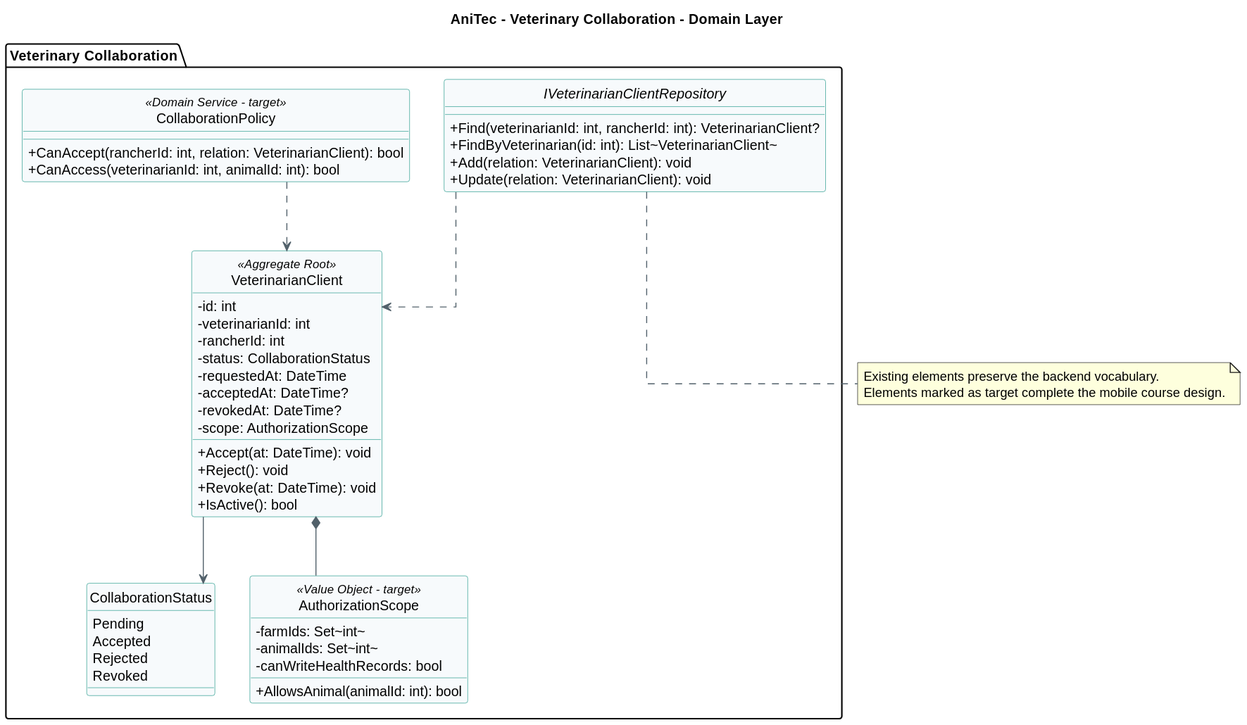
Before: markdown/assets/codefordiagrams/2-6-5-Bounded-Context-Veterinary-Collaboration/2-6-5-domain-layer-class-diagram.svg, a diagram exported from PlantUML (ADM-1ACC0238-2620-13975-Grupo01/Informe).
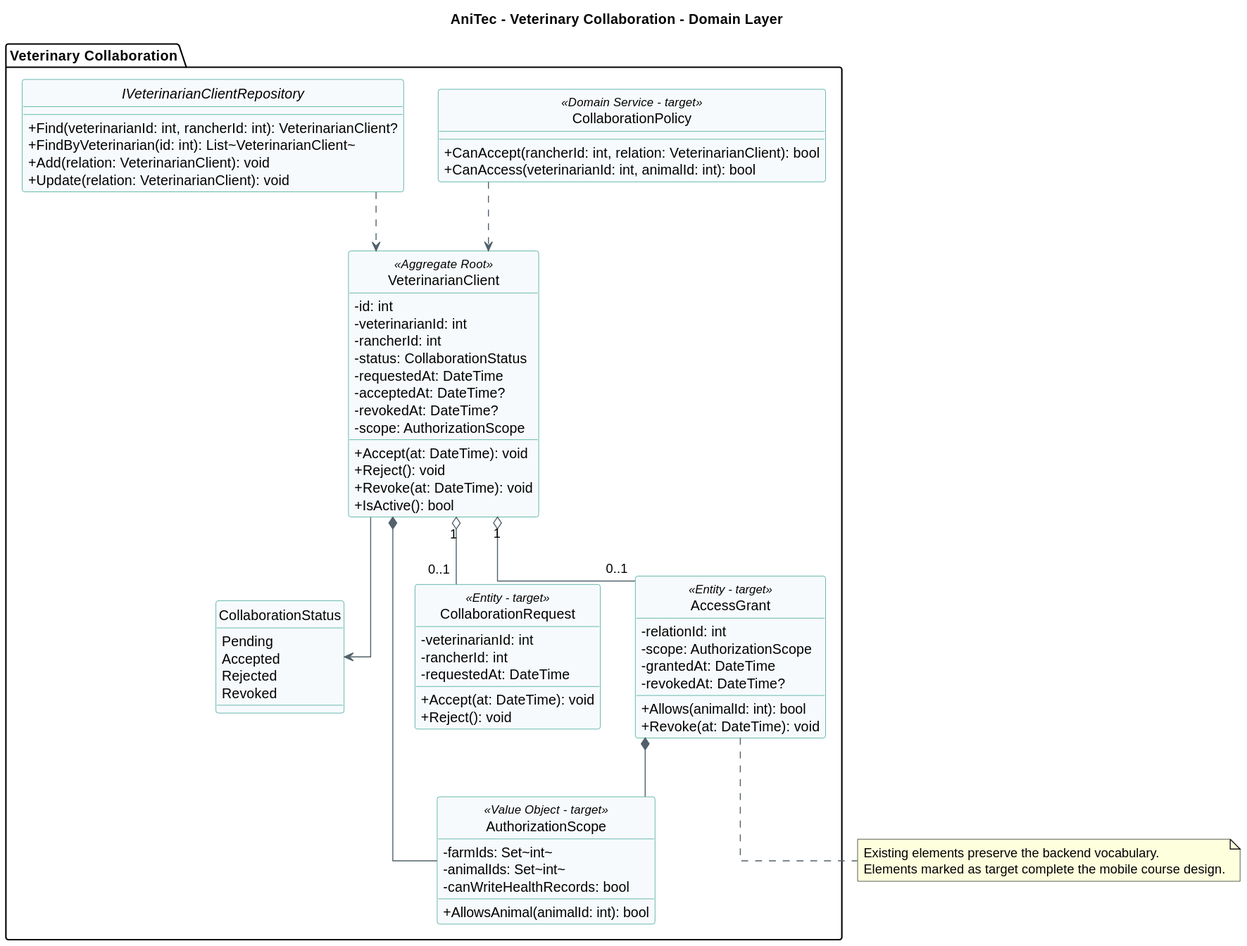
The same file after the commit.

What changed in the source:
```diff
@@ -51,6 +51,24 @@
 VeterinarianClient *-- AuthorizationScope
 CollaborationPolicy ..> VeterinarianClient
 IVeterinarianClientRepository ..> VeterinarianClient
+class CollaborationRequest <<Entity - target>> {
+  -veterinarianId: int
+  -rancherId: int
+  -requestedAt: DateTime
+  +Accept(at: DateTime): void
+  +Reject(): void
+}
+class AccessGrant <<Entity - target>> {
+  -relationId: int
+  -scope: AuthorizationScope
+  -grantedAt: DateTime
+  -revokedAt: DateTime?
+  +Allows(animalId: int): bool
+  +Revoke(at: DateTime): void
+}
+VeterinarianClient "1" o-- "0..1" CollaborationRequest
+VeterinarianClient "1" o-- "0..1" AccessGrant
+AccessGrant *-- AuthorizationScope
 }
 
 note bottom
```
